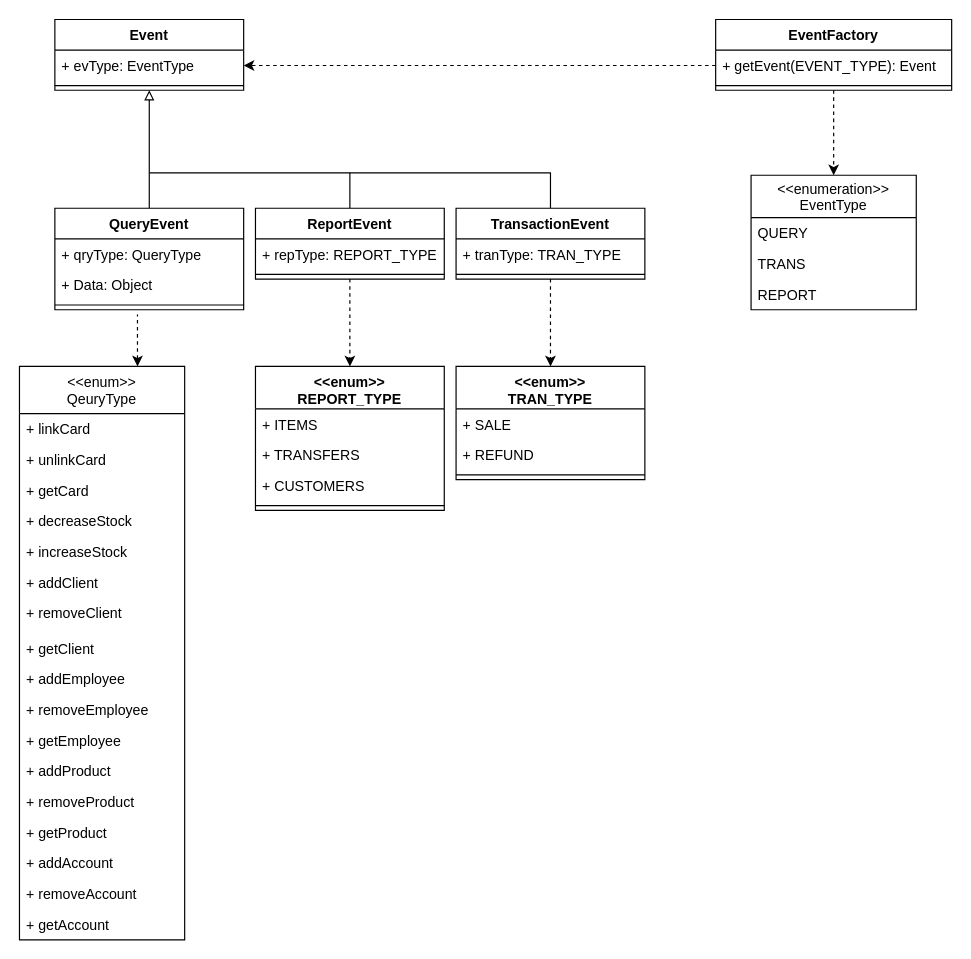
This is Events uml.drawio from John-Ad/prg2-group-project, a draw.io file, before an edit. Source tidied: cells renumbered, new cells numbered last; positions are measured from the earlier drawing's top-left corner, leaving out a move shared by most shapes. Both pictures are drawn from the tidied source at 118%, with x=0, y=0 at pixel (19, 19).
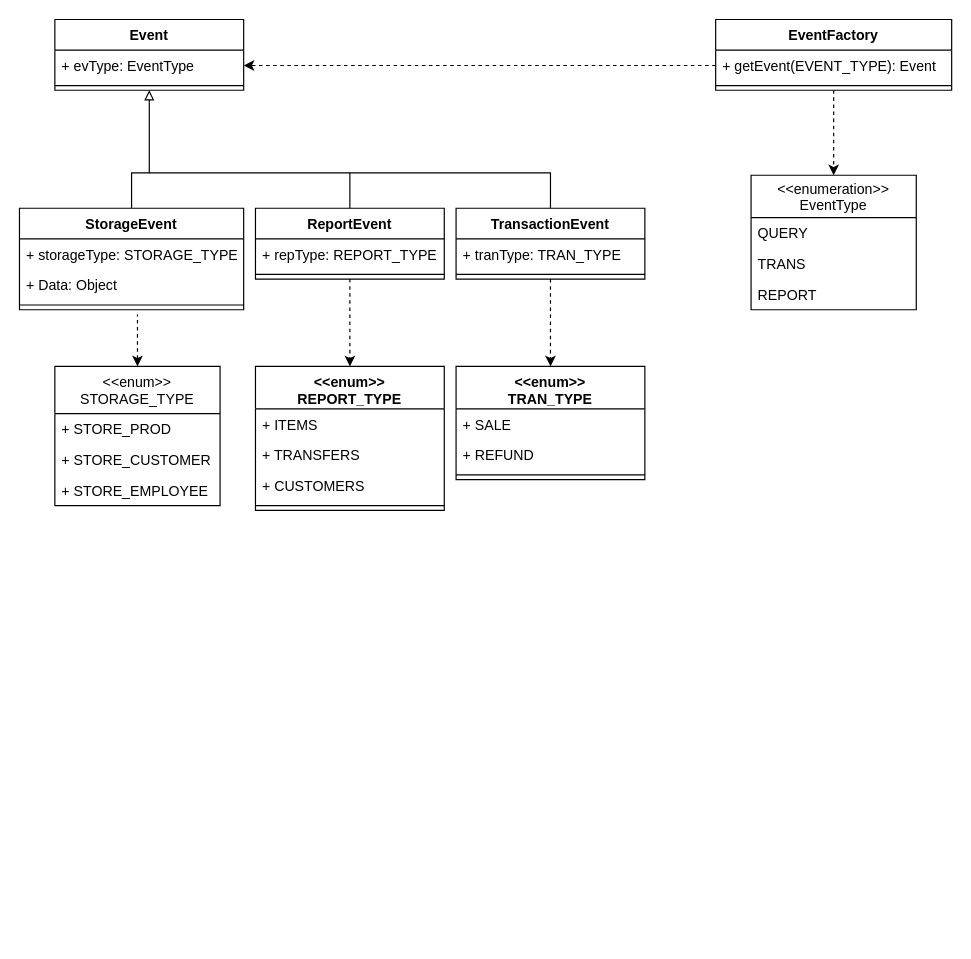
The same diagram, later.

Unchanged cells that the change refers to:
```xml
<mxCell id="2" value="Event" style="swimlane;fontStyle=1;align=center;verticalAlign=top;horizontal=1;startSize=26;" parent="1" vertex="1">
  <mxGeometry x="30" width="160" height="60" as="geometry" />
</mxCell>
```

Diff of the diagram source:
```diff
@@
-    <mxCell id="5" style="edgeStyle=orthogonalEdgeStyle;rounded=0;orthogonalLoop=1;jettySize=auto;html=1;exitX=0.5;exitY=0;exitDx=0;exitDy=0;endArrow=none;endFill=0;startArrow=classic;startFill=1;dashed=1;" parent="1" edge="1">
+    <mxCell id="5" style="edgeStyle=orthogonalEdgeStyle;rounded=0;jettySize=auto;html=1;exitX=0.5;exitY=0;exitDx=0;exitDy=0;endArrow=none;endFill=0;startArrow=classic;startFill=1;dashed=1;" parent="1" edge="1" source="6">
       <mxGeometry relative="1" as="geometry">
-        <mxPoint x="100" y="294" as="sourcePoint" />
         <mxPoint x="100" y="250" as="targetPoint" />
       </mxGeometry>
     </mxCell>
-    <mxCell id="6" value="&lt;&lt;enum&gt;&gt;&#10;QeuryType" style="swimlane;fontStyle=0;horizontal=1;startSize=40;fillColor=none;" parent="1" vertex="1">
-      <mxGeometry y="294" width="140" height="486" as="geometry" />
+    <mxCell id="6" value="&lt;&lt;enum&gt;&gt;&#10;STORAGE_TYPE" style="swimlane;fontStyle=0;horizontal=1;startSize=40;fillColor=none;" parent="1" vertex="1">
+      <mxGeometry x="30" y="294" width="140" height="118" as="geometry" />
     </mxCell>
-    <mxCell id="7" value="+ linkCard" style="text;strokeColor=none;fillColor=none;align=left;verticalAlign=top;spacingLeft=4;spacingRight=4;overflow=hidden;" parent="6" vertex="1">
-      <mxGeometry y="40" width="140" height="26" as="geometry" />
-    </mxCell>
-    <mxCell id="8" value="+ unlinkCard" style="text;strokeColor=none;fillColor=none;align=left;verticalAlign=top;spacingLeft=4;spacingRight=4;overflow=hidden;" parent="6" vertex="1">
-      <mxGeometry y="66" width="140" height="26" as="geometry" />
-    </mxCell>
-    <mxCell id="9" value="+ getCard" style="text;strokeColor=none;fillColor=none;align=left;verticalAlign=top;spacingLeft=4;spacingRight=4;overflow=hidden;" parent="6" vertex="1">
-      <mxGeometry y="92" width="140" height="26" as="geometry" />
-    </mxCell>
-    <mxCell id="10" value="+ decreaseStock" style="text;strokeColor=none;fillColor=none;align=left;verticalAlign=top;spacingLeft=4;spacingRight=4;overflow=hidden;" parent="6" vertex="1">
-      <mxGeometry y="118" width="140" height="26" as="geometry" />
-    </mxCell>
-    <mxCell id="11" value="+ increaseStock" style="text;strokeColor=none;fillColor=none;align=left;verticalAlign=top;spacingLeft=4;spacingRight=4;overflow=hidden;" parent="6" vertex="1">
-      <mxGeometry y="144" width="140" height="26" as="geometry" />
-    </mxCell>
-    <mxCell id="12" value="+ addClient" style="text;strokeColor=none;fillColor=none;align=left;verticalAlign=top;spacingLeft=4;spacingRight=4;overflow=hidden;" parent="6" vertex="1">
-      <mxGeometry y="170" width="140" height="26" as="geometry" />
-    </mxCell>
-    <mxCell id="13" value="+ removeClient" style="text;strokeColor=none;fillColor=none;align=left;verticalAlign=top;spacingLeft=4;spacingRight=4;overflow=hidden;" parent="6" vertex="1">
-      <mxGeometry y="196" width="140" height="30" as="geometry" />
-    </mxCell>
-    <mxCell id="14" value="+ getClient" style="text;strokeColor=none;fillColor=none;align=left;verticalAlign=top;spacingLeft=4;spacingRight=4;overflow=hidden;" parent="6" vertex="1">
-      <mxGeometry y="226" width="140" height="26" as="geometry" />
-    </mxCell>
-    <mxCell id="15" value="+ addEmployee" style="text;strokeColor=none;fillColor=none;align=left;verticalAlign=top;spacingLeft=4;spacingRight=4;overflow=hidden;" parent="6" vertex="1">
-      <mxGeometry y="252" width="140" height="26" as="geometry" />
-    </mxCell>
-    <mxCell id="16" value="+ removeEmployee" style="text;strokeColor=none;fillColor=none;align=left;verticalAlign=top;spacingLeft=4;spacingRight=4;overflow=hidden;" parent="6" vertex="1">
-      <mxGeometry y="278" width="140" height="26" as="geometry" />
-    </mxCell>
-    <mxCell id="17" value="+ getEmployee" style="text;strokeColor=none;fillColor=none;align=left;verticalAlign=top;spacingLeft=4;spacingRight=4;overflow=hidden;" parent="6" vertex="1">
-      <mxGeometry y="304" width="140" height="26" as="geometry" />
-    </mxCell>
-    <mxCell id="18" value="+ addProduct" style="text;strokeColor=none;fillColor=none;align=left;verticalAlign=top;spacingLeft=4;spacingRight=4;overflow=hidden;" parent="6" vertex="1">
-      <mxGeometry y="330" width="140" height="26" as="geometry" />
-    </mxCell>
-    <mxCell id="19" value="+ removeProduct" style="text;strokeColor=none;fillColor=none;align=left;verticalAlign=top;spacingLeft=4;spacingRight=4;overflow=hidden;" parent="6" vertex="1">
-      <mxGeometry y="356" width="140" height="26" as="geometry" />
-    </mxCell>
-    <mxCell id="20" value="+ getProduct" style="text;strokeColor=none;fillColor=none;align=left;verticalAlign=top;spacingLeft=4;spacingRight=4;overflow=hidden;" parent="6" vertex="1">
-      <mxGeometry y="382" width="140" height="26" as="geometry" />
-    </mxCell>
-    <mxCell id="21" value="+ addAccount" style="text;strokeColor=none;fillColor=none;align=left;verticalAlign=top;spacingLeft=4;spacingRight=4;overflow=hidden;" parent="6" vertex="1">
-      <mxGeometry y="408" width="140" height="26" as="geometry" />
+    <mxCell id="21" value="+ STORE_PROD" style="text;strokeColor=none;fillColor=none;align=left;verticalAlign=top;spacingLeft=4;spacingRight=4;overflow=hidden;" parent="6" vertex="1">
+      <mxGeometry y="40" width="140" height="26" as="geometry" />
     </mxCell>
-    <mxCell id="22" value="+ removeAccount" style="text;strokeColor=none;fillColor=none;align=left;verticalAlign=top;spacingLeft=4;spacingRight=4;overflow=hidden;" parent="6" vertex="1">
-      <mxGeometry y="434" width="140" height="26" as="geometry" />
+    <mxCell id="22" value="+ STORE_CUSTOMER" style="text;strokeColor=none;fillColor=none;align=left;verticalAlign=top;spacingLeft=4;spacingRight=4;overflow=hidden;" parent="6" vertex="1">
+      <mxGeometry y="66" width="140" height="26" as="geometry" />
     </mxCell>
-    <mxCell id="23" value="+ getAccount" style="text;strokeColor=none;fillColor=none;align=left;verticalAlign=top;spacingLeft=4;spacingRight=4;overflow=hidden;" parent="6" vertex="1">
-      <mxGeometry y="460" width="140" height="26" as="geometry" />
+    <mxCell id="23" value="+ STORE_EMPLOYEE" style="text;strokeColor=none;fillColor=none;align=left;verticalAlign=top;spacingLeft=4;spacingRight=4;overflow=hidden;" parent="6" vertex="1">
+      <mxGeometry y="92" width="140" height="26" as="geometry" />
     </mxCell>
@@
     <mxCell id="28" style="edgeStyle=orthogonalEdgeStyle;rounded=0;jettySize=auto;html=1;exitX=0.5;exitY=0;exitDx=0;exitDy=0;entryX=0.5;entryY=1;entryDx=0;entryDy=0;endArrow=block;endFill=0;" parent="1" edge="1" source="29" target="2">
-      <mxGeometry relative="1" as="geometry" />
+      <mxGeometry relative="1" as="geometry">
+        <Array as="points">
+          <mxPoint x="95" y="130" />
+          <mxPoint x="110" y="130" />
+        </Array>
+      </mxGeometry>
     </mxCell>
-    <mxCell id="29" value="QueryEvent" style="swimlane;fontStyle=1;align=center;verticalAlign=top;horizontal=1;startSize=26;" parent="1" vertex="1">
-      <mxGeometry x="30" y="160" width="160" height="86" as="geometry" />
+    <mxCell id="29" value="StorageEvent" style="swimlane;fontStyle=1;align=center;verticalAlign=top;horizontal=1;startSize=26;" parent="1" vertex="1">
+      <mxGeometry y="160" width="190" height="86" as="geometry" />
     </mxCell>
-    <mxCell id="30" value="+ qryType: QueryType" style="text;strokeColor=none;fillColor=none;align=left;verticalAlign=top;spacingLeft=4;spacingRight=4;overflow=hidden;" parent="29" vertex="1">
-      <mxGeometry y="26" width="160" height="26" as="geometry" />
+    <mxCell id="30" value="+ storageType: STORAGE_TYPE" style="text;strokeColor=none;fillColor=none;align=left;verticalAlign=top;spacingLeft=4;spacingRight=4;overflow=hidden;" parent="29" vertex="1">
+      <mxGeometry y="26" width="190" height="26" as="geometry" />
     </mxCell>
     <mxCell id="31" value="+ Data: Object" style="text;strokeColor=none;fillColor=none;align=left;verticalAlign=top;spacingLeft=4;spacingRight=4;overflow=hidden;" parent="29" vertex="1">
-      <mxGeometry y="52" width="160" height="26" as="geometry" />
+      <mxGeometry y="52" width="190" height="26" as="geometry" />
     </mxCell>
     <mxCell id="32" style="line;strokeWidth=1;fillColor=none;align=left;verticalAlign=middle;spacingTop=-1;spacingLeft=3;spacingRight=3;labelPosition=right;" parent="29" vertex="1">
-      <mxGeometry y="78" width="160" height="8" as="geometry" />
+      <mxGeometry y="78" width="190" height="8" as="geometry" />
     </mxCell>
```
